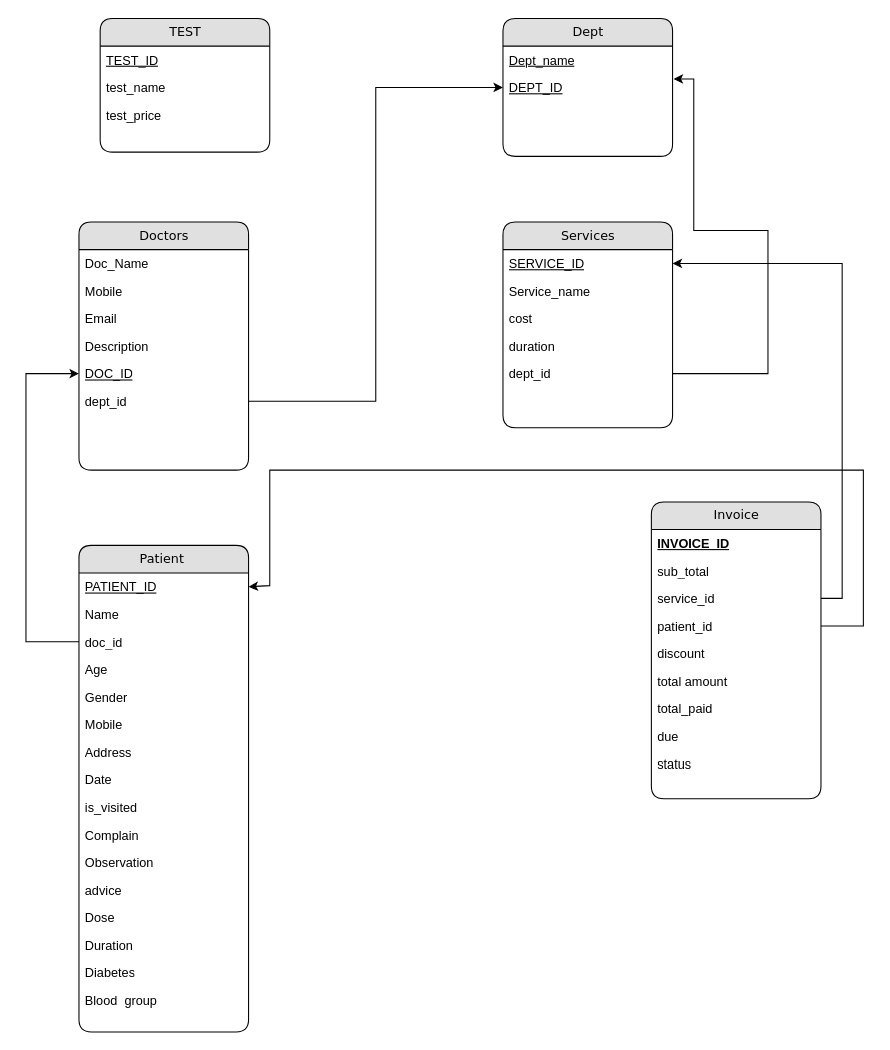
RashikRahman/clinic_management keeps this draw.io diagram as clinic_management.drawio. Above is the earlier version. Source tidied: cells renumbered, new cells numbered last; positions are measured from the earlier drawing's top-left corner, leaving out a move shared by most shapes. Both pictures are drawn from the tidied source at 106%, with x=0, y=0 at pixel (25, 18).
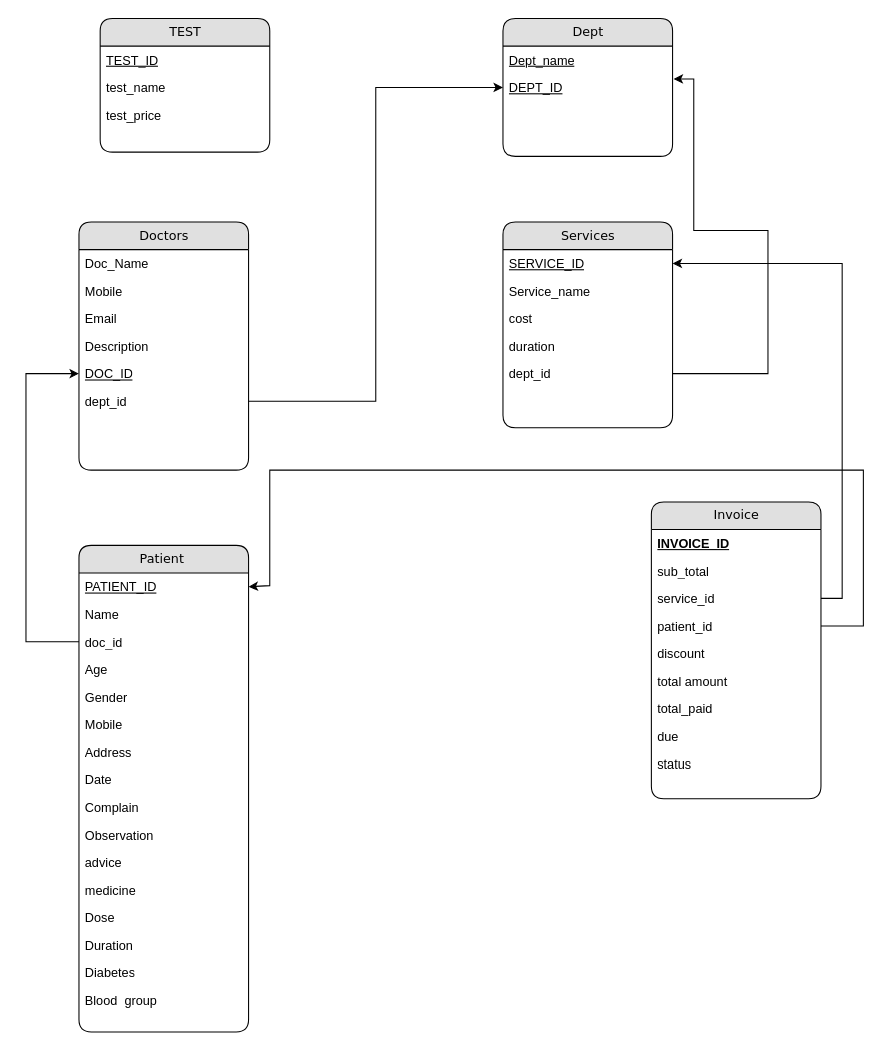
The same diagram, later.

Unchanged cells that the change refers to:
```xml
<mxCell id="16" value="Patient&amp;nbsp;" style="swimlane;html=1;fontStyle=0;horizontal=1;startSize=26;fillColor=#e0e0e0;swimlaneFillColor=#ffffff;align=center;rounded=1;shadow=0;comic=0;labelBackgroundColor=none;strokeWidth=1;fontFamily=Verdana;fontSize=12;" parent="1" vertex="1">
  <mxGeometry x="50" y="497" width="160" height="459" as="geometry" />
</mxCell>
```

The edit, as a diff of the source:
```diff
@@
-    <mxCell id="25" value="is_visited" style="text;html=1;strokeColor=none;fillColor=none;spacingLeft=4;spacingRight=4;whiteSpace=wrap;overflow=hidden;" parent="16" vertex="1">
-      <mxGeometry y="234" width="160" height="26" as="geometry" />
-    </mxCell>
     <mxCell id="26" value="Complain" style="text;html=1;strokeColor=none;fillColor=none;spacingLeft=4;spacingRight=4;whiteSpace=wrap;overflow=hidden;" parent="16" vertex="1">
-      <mxGeometry y="260" width="160" height="26" as="geometry" />
+      <mxGeometry y="234" width="160" height="26" as="geometry" />
     </mxCell>
     <mxCell id="27" value="Observation" style="text;html=1;strokeColor=none;fillColor=none;spacingLeft=4;spacingRight=4;whiteSpace=wrap;overflow=hidden;" parent="16" vertex="1">
-      <mxGeometry y="286" width="160" height="26" as="geometry" />
+      <mxGeometry y="260" width="160" height="26" as="geometry" />
     </mxCell>
     <mxCell id="28" value="advice" style="text;html=1;strokeColor=none;fillColor=none;spacingLeft=4;spacingRight=4;whiteSpace=wrap;overflow=hidden;" parent="16" vertex="1">
-      <mxGeometry y="312" width="160" height="26" as="geometry" />
+      <mxGeometry y="286" width="160" height="26" as="geometry" />
     </mxCell>
+    <mxCell id="54" value="medicine" style="text;html=1;strokeColor=none;fillColor=none;spacingLeft=4;spacingRight=4;whiteSpace=wrap;overflow=hidden;" parent="16" vertex="1">
+      <mxGeometry y="312" width="160" height="26" as="geometry" />
+    </mxCell>
```
